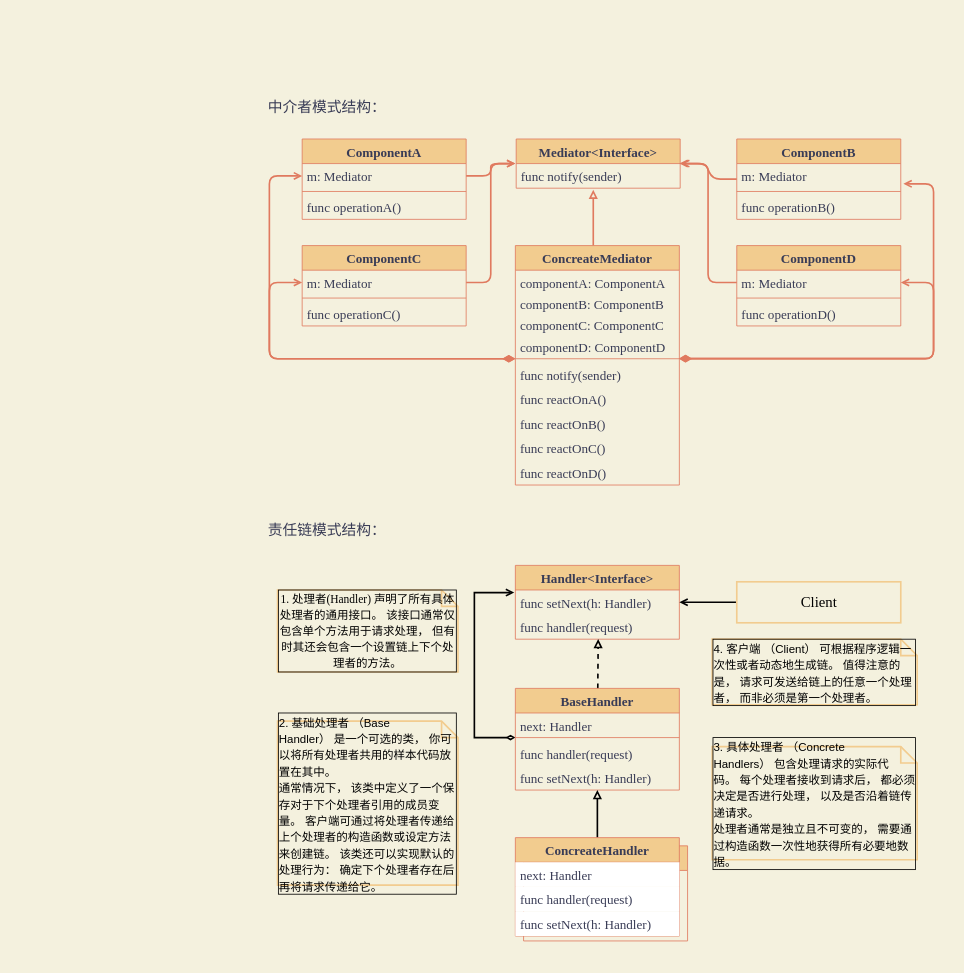
Before: 设计模式.drawio in xuhaodong1/DrawIO, a draw.io diagram. Source tidied: cells renumbered, new cells numbered last; positions are measured from the earlier drawing's top-left corner, leaving out a move shared by most shapes. Both pictures are drawn from the tidied source at 82%, with x=0, y=0 at pixel (262, 93).
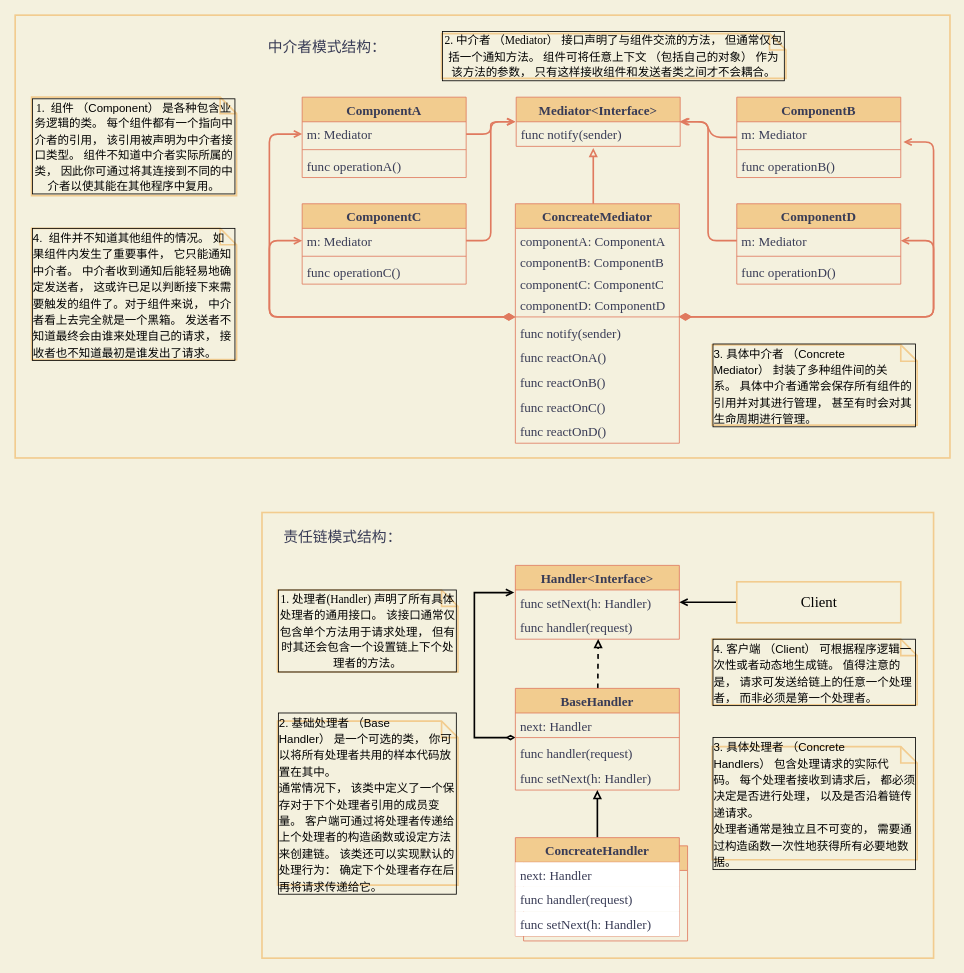
The same diagram, later.

Commit message (it also covers changes not shown here):
更新设计模式.drawio

Unchanged cells that the change refers to:
```xml
<mxCell id="10" value="m: Mediator" style="text;strokeColor=none;fillColor=none;align=left;verticalAlign=top;spacingLeft=4;spacingRight=4;overflow=hidden;points=[[0,0.5],[1,0.5]];portConstraint=eastwest;fontFamily=Times New Roman;fontSize=16;rounded=0;fontColor=#393C56;" parent="9" vertex="1">
  <mxGeometry y="30" width="200" height="30" as="geometry" />
</mxCell>
<mxCell id="15" value="m: Mediator" style="text;strokeColor=none;fillColor=none;align=left;verticalAlign=top;spacingLeft=4;spacingRight=4;overflow=hidden;points=[[0,0.5],[1,0.5]];portConstraint=eastwest;fontFamily=Times New Roman;fontSize=16;rounded=0;fontColor=#393C56;" parent="14" vertex="1">
  <mxGeometry y="30" width="200" height="30" as="geometry" />
</mxCell>
<mxCell id="19" value="m: Mediator" style="text;strokeColor=none;fillColor=none;align=left;verticalAlign=top;spacingLeft=4;spacingRight=4;overflow=hidden;points=[[0,0.5],[1,0.5]];portConstraint=eastwest;fontFamily=Times New Roman;fontSize=16;rounded=0;fontColor=#393C56;" parent="18" vertex="1">
  <mxGeometry y="30" width="200" height="30" as="geometry" />
</mxCell>
<mxCell id="23" value="m: Mediator" style="text;strokeColor=none;fillColor=none;align=left;verticalAlign=top;spacingLeft=4;spacingRight=4;overflow=hidden;points=[[0,0.5],[1,0.5]];portConstraint=eastwest;fontFamily=Times New Roman;fontSize=16;rounded=0;fontColor=#393C56;" parent="22" vertex="1">
  <mxGeometry y="30" width="200" height="30" as="geometry" />
</mxCell>
<mxCell id="35" style="line;strokeWidth=1;fillColor=none;align=left;verticalAlign=middle;spacingTop=-1;spacingLeft=3;spacingRight=3;labelPosition=right;points=[];portConstraint=eastwest;strokeColor=#E07A5F;fontFamily=Times New Roman;fontSize=16;rounded=0;fontColor=#393C56;labelBackgroundColor=#F4F1DE;" parent="30" vertex="1">
  <mxGeometry y="134" width="200" height="8" as="geometry" />
</mxCell>
```

The edit, as a diff of the source:
```diff
@@
     <mxCell id="6" value="中介者模式结构：" style="text;html=1;strokeColor=none;fillColor=none;align=center;verticalAlign=middle;whiteSpace=wrap;rounded=0;fontFamily=Times New Roman;fontSize=18;fontColor=#393C56;" parent="1" vertex="1">
-      <mxGeometry width="159" height="33" as="geometry" />
+      <mxGeometry y="-72.5" width="159" height="33" as="geometry" />
     </mxCell>
     <mxCell id="7" value="Mediator&lt;Interface&gt;" style="swimlane;fontStyle=1;align=center;verticalAlign=top;horizontal=1;startSize=30;fontFamily=Times New Roman;fontSize=16;rounded=0;fillColor=#F2CC8F;strokeColor=#E07A5F;fontColor=#393C56;" parent="1" vertex="1">
-      <mxGeometry x="310" y="56" width="200" height="60" as="geometry" />
+      <mxGeometry x="310" y="5" width="200" height="60" as="geometry" />
     </mxCell>
@@
     <mxCell id="9" value="ComponentA" style="swimlane;fontStyle=1;align=center;verticalAlign=top;horizontal=1;startSize=30;fontFamily=Times New Roman;fontSize=16;rounded=0;fillColor=#F2CC8F;strokeColor=#E07A5F;fontColor=#393C56;" parent="1" vertex="1">
-      <mxGeometry x="49" y="56" width="200" height="98" as="geometry" />
+      <mxGeometry x="49" y="5" width="200" height="98" as="geometry" />
     </mxCell>
@@
     <mxCell id="14" value="ComponentB" style="swimlane;fontStyle=1;align=center;verticalAlign=top;horizontal=1;startSize=30;fontFamily=Times New Roman;fontSize=16;rounded=0;fillColor=#F2CC8F;strokeColor=#E07A5F;fontColor=#393C56;" parent="1" vertex="1">
-      <mxGeometry x="579" y="56" width="200" height="98" as="geometry" />
+      <mxGeometry x="579" y="5" width="200" height="98" as="geometry" />
     </mxCell>
@@
     <mxCell id="18" value="ComponentC" style="swimlane;fontStyle=1;align=center;verticalAlign=top;horizontal=1;startSize=30;fontFamily=Times New Roman;fontSize=16;rounded=0;fillColor=#F2CC8F;strokeColor=#E07A5F;fontColor=#393C56;" parent="1" vertex="1">
-      <mxGeometry x="49" y="186" width="200" height="98" as="geometry" />
+      <mxGeometry x="49" y="135" width="200" height="98" as="geometry" />
     </mxCell>
@@
     <mxCell id="22" value="ComponentD" style="swimlane;fontStyle=1;align=center;verticalAlign=top;horizontal=1;startSize=30;fontFamily=Times New Roman;fontSize=16;rounded=0;fillColor=#F2CC8F;strokeColor=#E07A5F;fontColor=#393C56;" parent="1" vertex="1">
-      <mxGeometry x="579" y="186" width="200" height="98" as="geometry" />
+      <mxGeometry x="579" y="135" width="200" height="98" as="geometry" />
     </mxCell>
@@
     <mxCell id="27" style="edgeStyle=elbowEdgeStyle;rounded=1;sketch=0;jettySize=auto;html=1;entryX=0;entryY=0.5;entryDx=0;entryDy=0;shadow=0;strokeColor=#E07A5F;strokeWidth=2;fontColor=#393C56;endArrow=open;endFill=0;startSize=10;fillColor=#F2CC8F;startArrow=diamondThin;startFill=1;" parent="1" edge="1" target="10">
       <mxGeometry relative="1" as="geometry">
-        <mxPoint x="309" y="324" as="sourcePoint" />
+        <mxPoint x="309" y="273" as="sourcePoint" />
         <Array as="points">
-          <mxPoint x="9" y="226" />
+          <mxPoint x="9" y="175" />
         </Array>
       </mxGeometry>
     </mxCell>
     <mxCell id="28" style="edgeStyle=elbowEdgeStyle;rounded=1;sketch=0;jettySize=auto;html=1;entryX=1.016;entryY=0.824;entryDx=0;entryDy=0;entryPerimeter=0;shadow=0;strokeColor=#E07A5F;strokeWidth=2;fontColor=#393C56;endArrow=open;endFill=0;startSize=10;fillColor=#F2CC8F;exitX=0.996;exitY=0.479;exitDx=0;exitDy=0;exitPerimeter=0;startArrow=diamondThin;startFill=1;" parent="1" edge="1" source="35" target="15">
       <mxGeometry relative="1" as="geometry">
         <Array as="points">
-          <mxPoint x="819" y="176" />
-          <mxPoint x="819" y="246" />
+          <mxPoint x="819" y="125" />
+          <mxPoint x="819" y="195" />
         </Array>
       </mxGeometry>
     </mxCell>
     <mxCell id="29" style="edgeStyle=elbowEdgeStyle;rounded=1;sketch=0;jettySize=auto;html=1;entryX=1;entryY=0.5;entryDx=0;entryDy=0;shadow=0;strokeColor=#E07A5F;strokeWidth=2;fontColor=#393C56;endArrow=open;endFill=0;startSize=10;fillColor=#F2CC8F;exitX=0.999;exitY=0.481;exitDx=0;exitDy=0;exitPerimeter=0;startArrow=diamondThin;startFill=1;" parent="1" edge="1" source="35" target="23">
       <mxGeometry relative="1" as="geometry">
         <Array as="points">
-          <mxPoint x="819" y="296" />
+          <mxPoint x="819" y="245" />
         </Array>
       </mxGeometry>
     </mxCell>
     <mxCell id="30" value="ConcreateMediator" style="swimlane;fontStyle=1;align=center;verticalAlign=top;horizontal=1;startSize=30;fontFamily=Times New Roman;fontSize=16;rounded=0;fillColor=#F2CC8F;strokeColor=#E07A5F;fontColor=#393C56;" parent="1" vertex="1">
-      <mxGeometry x="309" y="186" width="200" height="292" as="geometry" />
+      <mxGeometry x="309" y="135" width="200" height="292" as="geometry" />
     </mxCell>
@@
     <mxCell id="41" style="edgeStyle=elbowEdgeStyle;rounded=1;jettySize=auto;html=1;strokeColor=#E07A5F;fontColor=#393C56;fillColor=#F2CC8F;endArrow=open;endFill=0;startSize=10;shadow=0;sketch=0;strokeWidth=2;" parent="1" edge="1" source="10">
       <mxGeometry relative="1" as="geometry">
-        <mxPoint x="309" y="86" as="targetPoint" />
+        <mxPoint x="309" y="35" as="targetPoint" />
       </mxGeometry>
     </mxCell>
     <mxCell id="42" style="edgeStyle=entityRelationEdgeStyle;sketch=0;jettySize=auto;html=1;exitX=1;exitY=0.5;exitDx=0;exitDy=0;shadow=0;strokeColor=#E07A5F;fontColor=#393C56;endArrow=open;endFill=0;startSize=10;fillColor=#F2CC8F;strokeWidth=2;" parent="1" edge="1" source="19">
       <mxGeometry relative="1" as="geometry">
-        <mxPoint x="309" y="86" as="targetPoint" />
+        <mxPoint x="309" y="35" as="targetPoint" />
       </mxGeometry>
     </mxCell>
     <mxCell id="43" style="edgeStyle=elbowEdgeStyle;sketch=0;jettySize=auto;html=1;exitX=0;exitY=0.5;exitDx=0;exitDy=0;shadow=0;strokeColor=#E07A5F;fontColor=#393C56;endArrow=open;endFill=0;startSize=10;fillColor=#F2CC8F;strokeWidth=2;" parent="1" edge="1" source="23">
       <mxGeometry relative="1" as="geometry">
-        <mxPoint x="509" y="86" as="targetPoint" />
+        <mxPoint x="509" y="35" as="targetPoint" />
       </mxGeometry>
     </mxCell>
     <mxCell id="44" style="edgeStyle=elbowEdgeStyle;rounded=1;sketch=0;jettySize=auto;html=1;entryX=0;entryY=0.5;entryDx=0;entryDy=0;shadow=0;strokeColor=#E07A5F;strokeWidth=2;fontColor=#393C56;endArrow=open;endFill=0;startSize=10;fillColor=#F2CC8F;startArrow=diamondThin;startFill=1;" parent="1" edge="1" source="35" target="19">
       <mxGeometry relative="1" as="geometry">
         <Array as="points">
-          <mxPoint x="9" y="286" />
+          <mxPoint x="9" y="235" />
         </Array>
       </mxGeometry>
     </mxCell>
     <mxCell id="45" value="责任链模式结构：" style="text;html=1;strokeColor=none;fillColor=none;align=center;verticalAlign=middle;whiteSpace=wrap;rounded=0;fontFamily=Times New Roman;fontSize=18;fontColor=#393C56;" parent="1" vertex="1">
-      <mxGeometry y="516" width="159" height="33" as="geometry" />
+      <mxGeometry x="19" y="525" width="159" height="33" as="geometry" />
     </mxCell>
@@
+    <mxCell id="67" value="&lt;span style=&quot;font-size: 14px;&quot;&gt;1.&amp;nbsp;&lt;/span&gt;&lt;span style=&quot;font-family: &amp;quot;Heiti SC Light&amp;quot;; font-size: 14px; text-align: start; background-color: initial;&quot; class=&quot;Apple-tab-span&quot;&gt; &lt;/span&gt;&lt;span style=&quot;font-family: &amp;quot;Heiti SC Light&amp;quot;; font-size: 14px; text-align: start; background-color: initial;&quot; class=&quot;Apple-tab-span&quot;&gt; &lt;/span&gt;&lt;span style=&quot;font-family: &amp;quot;Heiti SC Light&amp;quot;; font-size: 14px; text-align: start; background-color: initial;&quot;&gt;组件&amp;nbsp;（Component）&amp;nbsp;是各种包含业务逻辑的类。&amp;nbsp;每个组件都有一个指向中介者的引用，&amp;nbsp;该引用被声明为中介者接口类型。&amp;nbsp;组件不知道中介者实际所属的类，&amp;nbsp;因此你可通过将其连接到不同的中介者以使其能在其他程序中复用。&lt;/span&gt;" style="shape=note;size=20;whiteSpace=wrap;html=1;labelBackgroundColor=none;labelBorderColor=default;strokeColor=#F2CC8F;strokeWidth=2;fontFamily=Times New Roman;fontSize=16;fontColor=default;fillColor=none;gradientColor=none;" parent="1" vertex="1">
+      <mxGeometry x="-281" y="5" width="250" height="120" as="geometry" />
+    </mxCell>
+    <mxCell id="68" value="&lt;span style=&quot;font-size: 14px; text-align: left;&quot;&gt;2. 中介者&amp;nbsp;（Mediator）&amp;nbsp;接口声明了与组件交流的方法，&amp;nbsp;但通常仅包括一个通知方法。&amp;nbsp;组件可将任意上下文&amp;nbsp;（包括自己的对象）&amp;nbsp;作为该方法的参数，&amp;nbsp;只有这样接收组件和发送者类之间才不会耦合。&lt;/span&gt;" style="shape=note;size=20;whiteSpace=wrap;html=1;labelBackgroundColor=none;labelBorderColor=default;strokeColor=#F2CC8F;strokeWidth=2;fontFamily=Times New Roman;fontSize=16;fontColor=default;fillColor=none;gradientColor=none;" parent="1" vertex="1">
+      <mxGeometry x="219" y="-72.5" width="420" height="54.5" as="geometry" />
+    </mxCell>
+    <mxCell id="69" value="&lt;p style=&quot;margin: 0px; font-variant-numeric: normal; font-variant-east-asian: normal; font-stretch: normal; font-size: 14px; line-height: normal; font-family: &amp;quot;Heiti SC Light&amp;quot;; text-align: start;&quot; class=&quot;p1&quot;&gt;&lt;span style=&quot;&quot; class=&quot;Apple-tab-span&quot;&gt;&lt;/span&gt;&lt;span style=&quot;&quot; class=&quot;Apple-tab-span&quot;&gt;&lt;/span&gt;3. 具体中介者&amp;nbsp;（Concrete Mediator）&amp;nbsp;封装了多种组件间的关系。&amp;nbsp;具体中介者通常会保存所有组件的引用并对其进行管理，&amp;nbsp;甚至有时会对其生命周期进行管理。&lt;/p&gt;" style="shape=note;size=20;whiteSpace=wrap;html=1;labelBackgroundColor=none;labelBorderColor=default;strokeColor=#F2CC8F;strokeWidth=2;fontFamily=Times New Roman;fontSize=16;fontColor=default;fillColor=none;gradientColor=none;" parent="1" vertex="1">
+      <mxGeometry x="549" y="307" width="250" height="98" as="geometry" />
+    </mxCell>
+    <mxCell id="70" value="&lt;p style=&quot;margin: 0px; font-variant-numeric: normal; font-variant-east-asian: normal; font-stretch: normal; font-size: 14px; line-height: normal; font-family: &amp;quot;Heiti SC Light&amp;quot;; text-align: start;&quot; class=&quot;p1&quot;&gt;&lt;span style=&quot;&quot; class=&quot;Apple-tab-span&quot;&gt;&lt;/span&gt;&lt;span style=&quot;&quot; class=&quot;Apple-tab-span&quot;&gt;&lt;/span&gt;4.&amp;nbsp;&lt;span style=&quot;background-color: initial;&quot; class=&quot;Apple-tab-span&quot;&gt; &lt;/span&gt;&lt;span style=&quot;background-color: initial;&quot; class=&quot;Apple-tab-span&quot;&gt; &lt;/span&gt;&lt;span style=&quot;background-color: initial;&quot;&gt;组件并不知道其他组件的情况。&amp;nbsp;如果组件内发生了重要事件，&amp;nbsp;它只能通知中介者。&amp;nbsp;中介者收到通知后能轻易地确定发送者，&amp;nbsp;这或许已足以判断接下来需要触发的组件了。对于组件来说，&amp;nbsp;中介者看上去完全就是一个黑箱。&amp;nbsp;发送者不知道最终会由谁来处理自己的请求，&amp;nbsp;接收者也不知道最初是谁发出了请求。&lt;/span&gt;&lt;/p&gt;" style="shape=note;size=20;whiteSpace=wrap;html=1;labelBackgroundColor=none;labelBorderColor=default;strokeColor=#F2CC8F;strokeWidth=2;fontFamily=Times New Roman;fontSize=16;fontColor=default;fillColor=none;gradientColor=none;" parent="1" vertex="1">
+      <mxGeometry x="-281" y="165" width="250" height="160" as="geometry" />
+    </mxCell>
+    <mxCell id="71" style="rounded=0;whiteSpace=wrap;html=1;labelBackgroundColor=none;labelBorderColor=default;strokeColor=#F2CC8F;strokeWidth=2;fontFamily=Times New Roman;fontSize=14;fontColor=default;fillColor=none;gradientColor=none;" parent="1" vertex="1">
+      <mxGeometry x="-301" y="-95" width="1140" height="540" as="geometry" />
+    </mxCell>
+    <mxCell id="72" style="rounded=0;whiteSpace=wrap;html=1;labelBackgroundColor=none;labelBorderColor=default;strokeColor=#F2CC8F;strokeWidth=2;fontFamily=Times New Roman;fontSize=14;fontColor=default;fillColor=none;gradientColor=none;" parent="1" vertex="1">
+      <mxGeometry y="511.5" width="819" height="543.5" as="geometry" />
+    </mxCell>
```
